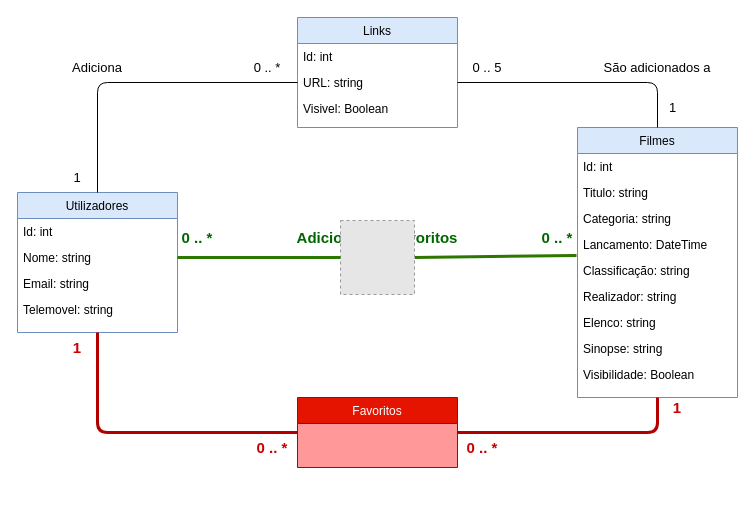
Earlier version of the draw.io diagram TheMoviePlug/TheMoviePlug/Models/ModeloDados/ModeloDados.drawio (CamiloSauane/TheMoviePlug). Source tidied: cells renumbered, new cells numbered last; positions are measured from the earlier drawing's top-left corner, leaving out a move shared by most shapes. Both pictures are drawn from the tidied source at 100%, with x=0, y=0 at pixel (17, 17). Pictures stored in the file or linked from it are replaced by grey dashed boxes.
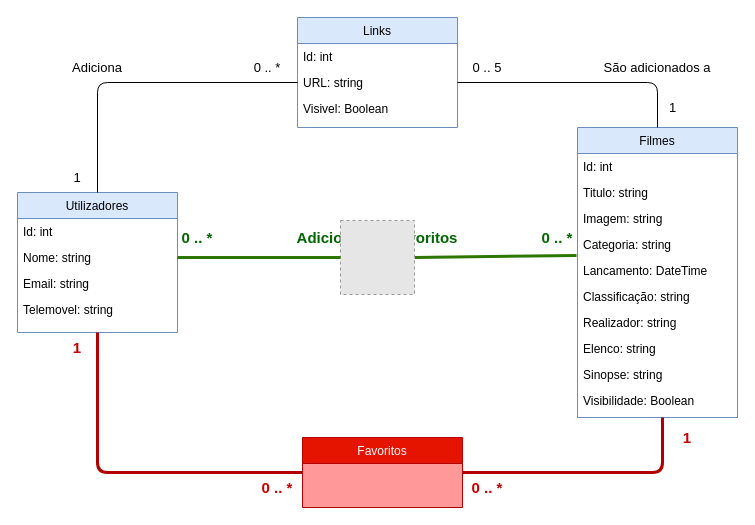
After the change.

The change refers to these unchanged cells:
```xml
<mxCell id="2" value="Utilizadores" style="swimlane;fontStyle=0;align=center;verticalAlign=top;horizontal=1;startSize=26;rounded=0;shadow=0;strokeWidth=1;fillColor=#dae8fc;strokeColor=#6c8ebf;" parent="1" vertex="1">
  <mxGeometry y="175" width="160" height="140" as="geometry" />
</mxCell>
```

Diff of the diagram source:
```diff
@@
     <mxCell id="11" value="Favoritos" style="swimlane;fontStyle=0;align=center;verticalAlign=top;horizontal=1;startSize=26;rounded=0;shadow=0;strokeWidth=1;fillColor=#e51400;strokeColor=#B20000;fontColor=#ffffff;labelBackgroundColor=none;swimlaneFillColor=#FF9999;" parent="1" vertex="1">
-      <mxGeometry x="280" y="380" width="160" height="70" as="geometry" />
+      <mxGeometry x="285" y="420" width="160" height="70" as="geometry" />
     </mxCell>
     <mxCell id="12" value="Filmes" style="swimlane;fontStyle=0;align=center;verticalAlign=top;horizontal=1;startSize=26;rounded=0;shadow=0;strokeWidth=1;fillColor=#dae8fc;strokeColor=#6c8ebf;" parent="1" vertex="1">
-      <mxGeometry x="560" y="110" width="160" height="270" as="geometry" />
+      <mxGeometry x="560" y="110" width="160" height="290" as="geometry" />
     </mxCell>
@@
+    <mxCell id="42" value="Imagem: string" style="text;align=left;verticalAlign=top;spacingLeft=4;spacingRight=4;overflow=hidden;" parent="12" vertex="1">
+      <mxGeometry y="78" width="160" height="26" as="geometry" />
+    </mxCell>
     <mxCell id="15" value="Categoria: string" style="text;align=left;verticalAlign=top;spacingLeft=4;spacingRight=4;overflow=hidden;rounded=0;shadow=0;html=0;" parent="12" vertex="1">
-      <mxGeometry y="78" width="160" height="26" as="geometry" />
+      <mxGeometry y="104" width="160" height="26" as="geometry" />
     </mxCell>
     <mxCell id="16" value="Lancamento: DateTime" style="text;align=left;verticalAlign=top;spacingLeft=4;spacingRight=4;overflow=hidden;rounded=0;shadow=0;html=0;" parent="12" vertex="1">
-      <mxGeometry y="104" width="160" height="26" as="geometry" />
+      <mxGeometry y="130" width="160" height="26" as="geometry" />
     </mxCell>
     <mxCell id="17" value="Classificação: string" style="text;align=left;verticalAlign=top;spacingLeft=4;spacingRight=4;overflow=hidden;rounded=0;shadow=0;html=0;" parent="12" vertex="1">
-      <mxGeometry y="130" width="160" height="26" as="geometry" />
+      <mxGeometry y="156" width="160" height="26" as="geometry" />
     </mxCell>
     <mxCell id="18" value="Realizador: string" style="text;align=left;verticalAlign=top;spacingLeft=4;spacingRight=4;overflow=hidden;rounded=0;shadow=0;html=0;" parent="12" vertex="1">
-      <mxGeometry y="156" width="160" height="26" as="geometry" />
+      <mxGeometry y="182" width="160" height="26" as="geometry" />
     </mxCell>
     <mxCell id="19" value="Elenco: string" style="text;align=left;verticalAlign=top;spacingLeft=4;spacingRight=4;overflow=hidden;rounded=0;shadow=0;html=0;" parent="12" vertex="1">
-      <mxGeometry y="182" width="160" height="26" as="geometry" />
+      <mxGeometry y="208" width="160" height="26" as="geometry" />
     </mxCell>
     <mxCell id="20" value="Sinopse: string" style="text;align=left;verticalAlign=top;spacingLeft=4;spacingRight=4;overflow=hidden;rounded=0;shadow=0;html=0;" parent="12" vertex="1">
-      <mxGeometry y="208" width="160" height="26" as="geometry" />
+      <mxGeometry y="234" width="160" height="26" as="geometry" />
     </mxCell>
     <mxCell id="21" value="Visibilidade: Boolean" style="text;align=left;verticalAlign=top;spacingLeft=4;spacingRight=4;overflow=hidden;rounded=0;shadow=0;html=0;" parent="12" vertex="1">
-      <mxGeometry y="234" width="160" height="26" as="geometry" />
+      <mxGeometry y="260" width="160" height="26" as="geometry" />
     </mxCell>
     <mxCell id="22" style="endArrow=none;html=1;exitX=0;exitY=0.5;exitDx=0;exitDy=0;fillColor=#e51400;strokeColor=#B20000;strokeWidth=3;entryX=0.5;entryY=1;entryDx=0;entryDy=0;" parent="1" edge="1" source="11" target="2">
       <mxGeometry relative="1" as="geometry">
         <Array as="points">
-          <mxPoint x="80" y="415" />
+          <mxPoint x="80" y="455" />
         </Array>
       </mxGeometry>
     </mxCell>
@@
-    <mxCell id="24" style="endArrow=none;html=1;strokeWidth=3;entryX=0.5;entryY=1;entryDx=0;entryDy=0;exitX=1;exitY=0.5;exitDx=0;exitDy=0;fillColor=#e51400;strokeColor=#B20000;" parent="1" edge="1" source="11" target="12">
+    <mxCell id="24" style="endArrow=none;html=1;strokeWidth=3;entryX=0.5;entryY=1;entryDx=0;entryDy=0;exitX=1;exitY=0.5;exitDx=0;exitDy=0;fillColor=#e51400;strokeColor=#B20000;" parent="1" edge="1" source="11">
       <mxGeometry relative="1" as="geometry">
+        <mxPoint x="645" y="400" as="targetPoint" />
         <Array as="points">
-          <mxPoint x="640" y="415" />
+          <mxPoint x="645" y="455" />
         </Array>
       </mxGeometry>
     </mxCell>
@@
     <mxCell id="35" value="&lt;font color=&quot;#cc0000&quot;&gt;0 .. *&lt;/font&gt;" style="text;html=1;strokeColor=none;fillColor=none;align=center;verticalAlign=middle;whiteSpace=wrap;rounded=0;labelBackgroundColor=none;fontSize=15;fontStyle=1;fontColor=#006600;" parent="1" vertex="1">
-      <mxGeometry x="235" y="420" width="40" height="20" as="geometry" />
+      <mxGeometry x="240" y="460" width="40" height="20" as="geometry" />
     </mxCell>
     <mxCell id="36" value="&lt;font color=&quot;#cc0000&quot;&gt;0 .. *&lt;/font&gt;" style="text;html=1;strokeColor=none;fillColor=none;align=center;verticalAlign=middle;whiteSpace=wrap;rounded=0;labelBackgroundColor=none;fontSize=15;fontStyle=1;fontColor=#006600;" parent="1" vertex="1">
-      <mxGeometry x="445" y="420" width="40" height="20" as="geometry" />
+      <mxGeometry x="450" y="460" width="40" height="20" as="geometry" />
     </mxCell>
     <mxCell id="37" value="&lt;font color=&quot;#cc0000&quot;&gt;1&lt;/font&gt;" style="text;html=1;strokeColor=none;fillColor=none;align=center;verticalAlign=middle;whiteSpace=wrap;rounded=0;labelBackgroundColor=none;fontSize=15;fontStyle=1;fontColor=#006600;" parent="1" vertex="1">
-      <mxGeometry x="640" y="380" width="40" height="20" as="geometry" />
+      <mxGeometry x="650" y="410" width="40" height="20" as="geometry" />
     </mxCell>
```
